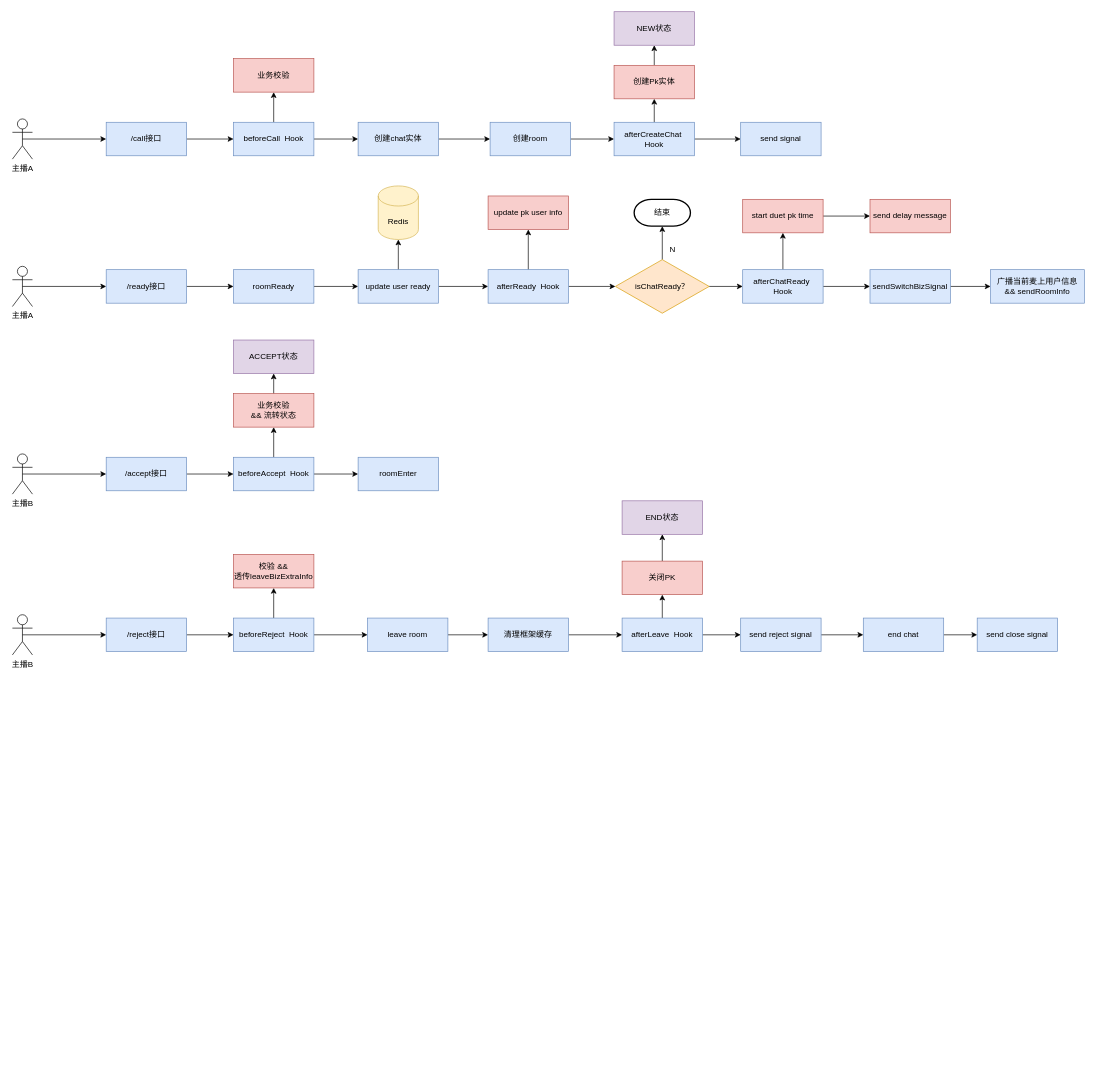
The draw.io diagram PK.drawio in fengyn1218/draw-pic, before the edit. Source tidied: cells renumbered, new cells numbered last; positions are measured from the earlier drawing's top-left corner, leaving out a move shared by most shapes. Both pictures are drawn from the tidied source at 67%, with x=0, y=0 at pixel (12, 11).
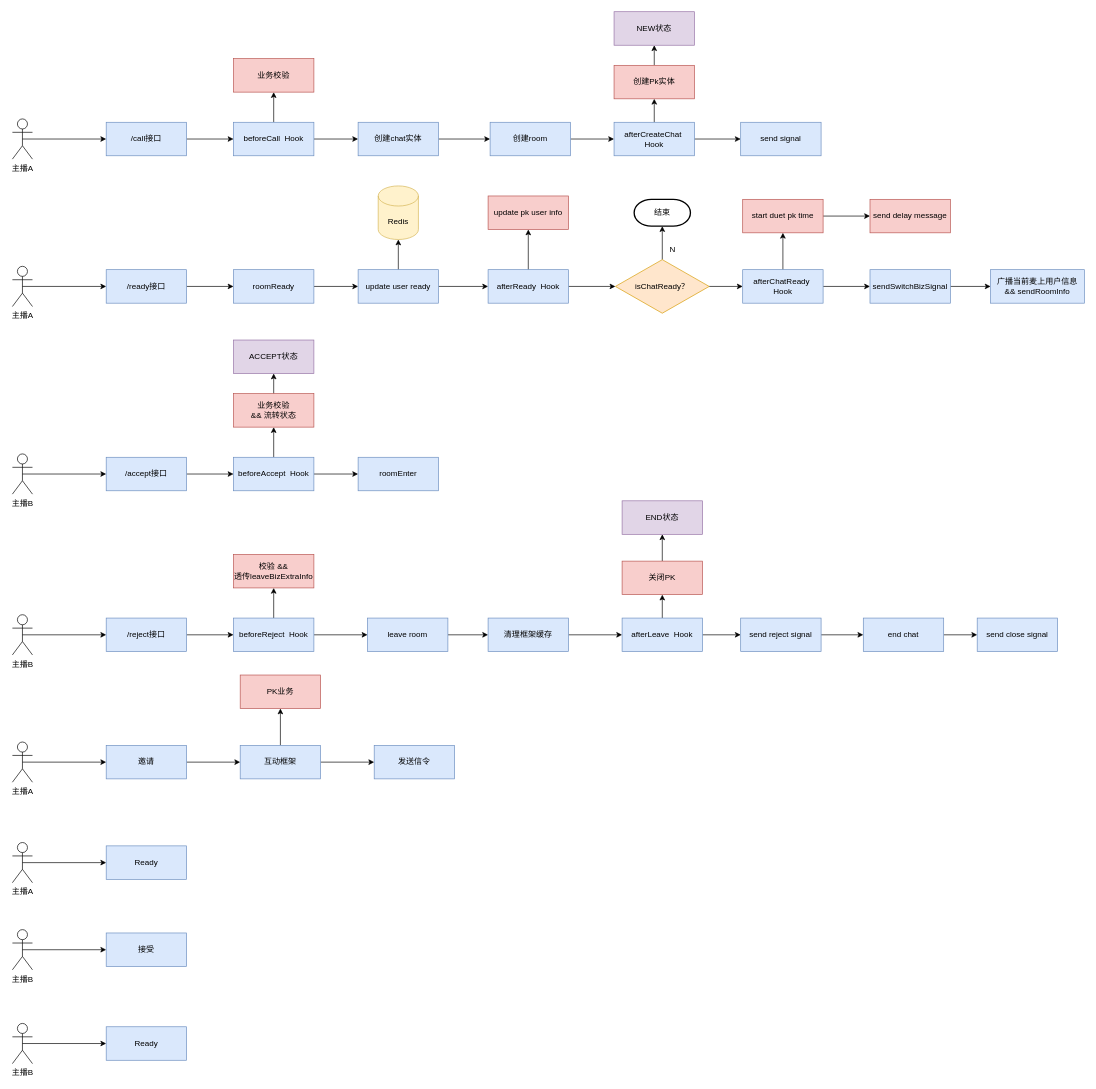
The same diagram, later.

Diff of the diagram source:
```diff
@@
+    <mxCell id="83" style="edgeStyle=orthogonalEdgeStyle;rounded=0;jettySize=auto;html=1;exitX=0.5;exitY=0.5;exitDx=0;exitDy=0;exitPerimeter=0;entryX=0;entryY=0.5;entryDx=0;entryDy=0;" parent="1" edge="1" source="84" target="88">
+      <mxGeometry relative="1" as="geometry" />
+    </mxCell>
+    <mxCell id="84" value="主播A" style="shape=umlActor;verticalLabelPosition=bottom;verticalAlign=top;html=1;outlineConnect=0;" parent="1" vertex="1">
+      <mxGeometry y="1090" width="30" height="60" as="geometry" />
+    </mxCell>
+    <mxCell id="85" style="edgeStyle=orthogonalEdgeStyle;rounded=0;jettySize=auto;html=1;exitX=0.5;exitY=0.5;exitDx=0;exitDy=0;exitPerimeter=0;entryX=0;entryY=0.5;entryDx=0;entryDy=0;" parent="1" edge="1" source="86" target="97">
+      <mxGeometry relative="1" as="geometry" />
+    </mxCell>
+    <mxCell id="86" value="主播B" style="shape=umlActor;verticalLabelPosition=bottom;verticalAlign=top;html=1;outlineConnect=0;" parent="1" vertex="1">
+      <mxGeometry y="1370" width="30" height="60" as="geometry" />
+    </mxCell>
+    <mxCell id="87" style="edgeStyle=orthogonalEdgeStyle;rounded=0;jettySize=auto;html=1;exitX=1;exitY=0.5;exitDx=0;exitDy=0;entryX=0;entryY=0.5;entryDx=0;entryDy=0;" parent="1" edge="1" source="88" target="91">
+      <mxGeometry relative="1" as="geometry" />
+    </mxCell>
+    <mxCell id="88" value="邀请" style="rounded=0;whiteSpace=wrap;html=1;fillColor=#dae8fc;strokeColor=#6c8ebf;" parent="1" vertex="1">
+      <mxGeometry x="140" y="1095" width="120" height="50" as="geometry" />
+    </mxCell>
+    <mxCell id="89" style="edgeStyle=orthogonalEdgeStyle;rounded=0;jettySize=auto;html=1;exitX=0.5;exitY=0;exitDx=0;exitDy=0;entryX=0.5;entryY=1;entryDx=0;entryDy=0;" parent="1" edge="1" source="91" target="92">
+      <mxGeometry relative="1" as="geometry" />
+    </mxCell>
+    <mxCell id="90" style="edgeStyle=orthogonalEdgeStyle;rounded=0;jettySize=auto;html=1;exitX=1;exitY=0.5;exitDx=0;exitDy=0;entryX=0;entryY=0.5;entryDx=0;entryDy=0;" parent="1" edge="1" source="91" target="93">
+      <mxGeometry relative="1" as="geometry" />
+    </mxCell>
+    <mxCell id="91" value="互动框架" style="rounded=0;whiteSpace=wrap;html=1;fillColor=#dae8fc;strokeColor=#6c8ebf;" parent="1" vertex="1">
+      <mxGeometry x="340" y="1095" width="120" height="50" as="geometry" />
+    </mxCell>
+    <mxCell id="92" value="PK业务" style="rounded=0;whiteSpace=wrap;html=1;fillColor=#f8cecc;strokeColor=#b85450;" parent="1" vertex="1">
+      <mxGeometry x="340" y="990" width="120" height="50" as="geometry" />
+    </mxCell>
+    <mxCell id="93" value="发送信令" style="rounded=0;whiteSpace=wrap;html=1;fillColor=#dae8fc;strokeColor=#6c8ebf;" parent="1" vertex="1">
+      <mxGeometry x="540" y="1095" width="120" height="50" as="geometry" />
+    </mxCell>
+    <mxCell id="94" style="edgeStyle=orthogonalEdgeStyle;rounded=0;jettySize=auto;html=1;exitX=0.5;exitY=0.5;exitDx=0;exitDy=0;exitPerimeter=0;entryX=0;entryY=0.5;entryDx=0;entryDy=0;" parent="1" edge="1" source="95" target="96">
+      <mxGeometry relative="1" as="geometry" />
+    </mxCell>
+    <mxCell id="95" value="主播A" style="shape=umlActor;verticalLabelPosition=bottom;verticalAlign=top;html=1;outlineConnect=0;" parent="1" vertex="1">
+      <mxGeometry y="1240" width="30" height="60" as="geometry" />
+    </mxCell>
+    <mxCell id="96" value="Ready" style="rounded=0;whiteSpace=wrap;html=1;fillColor=#dae8fc;strokeColor=#6c8ebf;" parent="1" vertex="1">
+      <mxGeometry x="140" y="1245" width="120" height="50" as="geometry" />
+    </mxCell>
+    <mxCell id="97" value="接受" style="rounded=0;whiteSpace=wrap;html=1;fillColor=#dae8fc;strokeColor=#6c8ebf;" parent="1" vertex="1">
+      <mxGeometry x="140" y="1375" width="120" height="50" as="geometry" />
+    </mxCell>
+    <mxCell id="98" style="edgeStyle=orthogonalEdgeStyle;rounded=0;jettySize=auto;html=1;exitX=0.5;exitY=0.5;exitDx=0;exitDy=0;exitPerimeter=0;entryX=0;entryY=0.5;entryDx=0;entryDy=0;" parent="1" edge="1" source="99" target="100">
+      <mxGeometry relative="1" as="geometry" />
+    </mxCell>
+    <mxCell id="99" value="主播B" style="shape=umlActor;verticalLabelPosition=bottom;verticalAlign=top;html=1;outlineConnect=0;" parent="1" vertex="1">
+      <mxGeometry y="1510" width="30" height="60" as="geometry" />
+    </mxCell>
+    <mxCell id="100" value="Ready" style="rounded=0;whiteSpace=wrap;html=1;fillColor=#dae8fc;strokeColor=#6c8ebf;" parent="1" vertex="1">
+      <mxGeometry x="140" y="1515" width="120" height="50" as="geometry" />
+    </mxCell>
```
